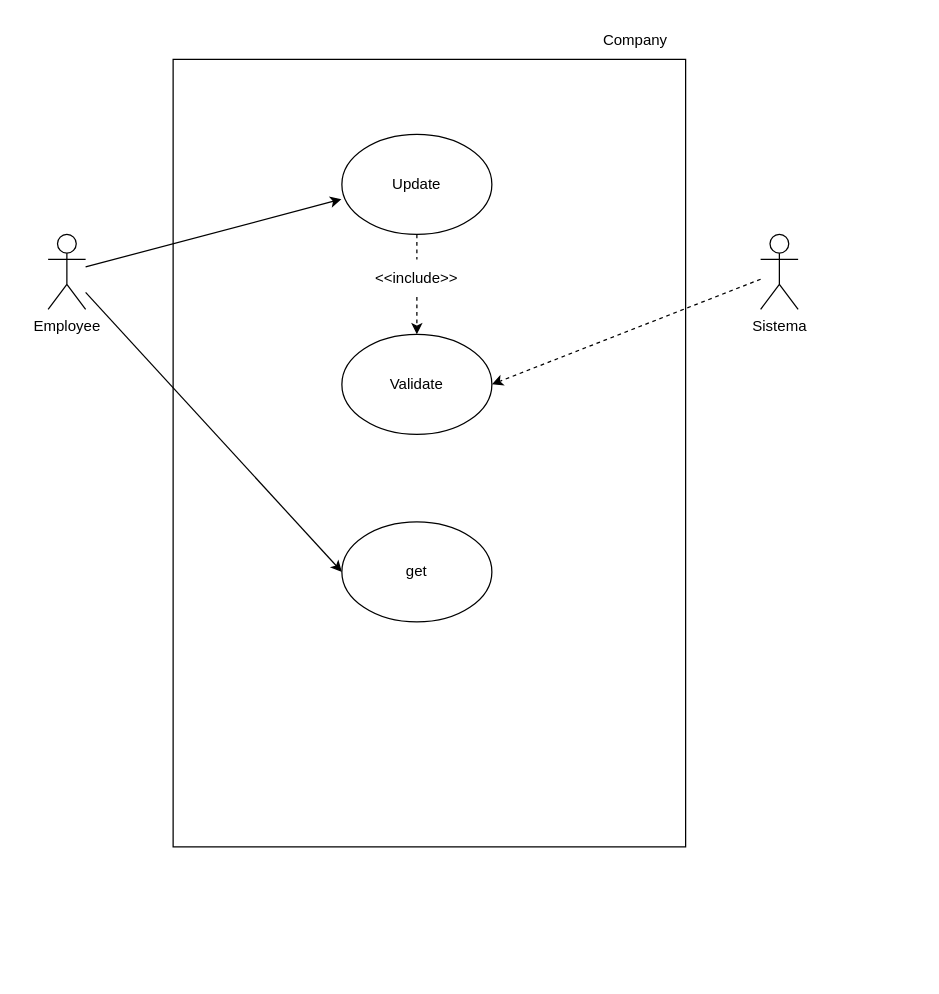
The draw.io diagram documentation/use-case_diagram.drawio in YtaloCampos/clean-menu-food-system, before the edit. Source tidied: cells renumbered, new cells numbered last; positions are measured from the earlier drawing's top-left corner, leaving out a move shared by most shapes. Both pictures are drawn from the tidied source at 125%, with x=0, y=0 at pixel (48, 21).
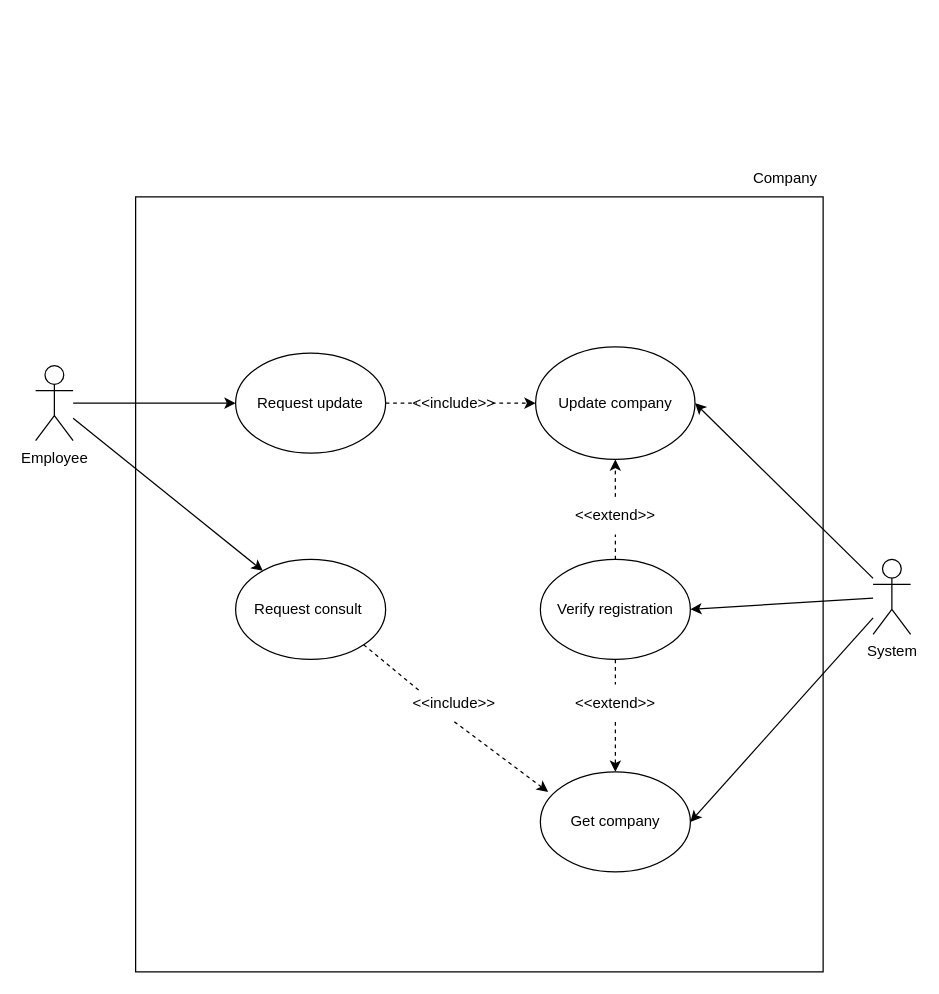
Above is the later version.

Commit message:
docs: update use case diagram

The edit, as a diff of the source:
```diff
@@
-    <mxCell id="2" style="rounded=0;whiteSpace=wrap;html=1;" parent="1" vertex="1">
-      <mxGeometry x="100" y="30" width="410" height="630" as="geometry" />
-    </mxCell>
+    <mxCell id="15" style="rounded=0;whiteSpace=wrap;html=1;" parent="1" vertex="1">
+      <mxGeometry x="70" y="140" width="550" height="620" as="geometry" />
+    </mxCell>
-    <mxCell id="3" style="edgeStyle=none;html=1;entryX=-0.003;entryY=0.648;entryDx=0;entryDy=0;entryPerimeter=0;" parent="1" edge="1" source="5" target="7">
+    <mxCell id="3" style="edgeStyle=none;html=1;entryX=0;entryY=0.5;entryDx=0;entryDy=0;" parent="1" edge="1" source="5" target="7">
       <mxGeometry relative="1" as="geometry" />
     </mxCell>
-    <mxCell id="4" style="edgeStyle=none;html=1;entryX=0;entryY=0.5;entryDx=0;entryDy=0;" parent="1" edge="1" source="5" target="14">
-      <mxGeometry relative="1" as="geometry" />
-    </mxCell>
+    <mxCell id="16" style="edgeStyle=none;html=1;" parent="1" edge="1" source="5" target="25">
+      <mxGeometry relative="1" as="geometry" />
+    </mxCell>
     <mxCell id="5" value="Employee" style="shape=umlActor;verticalLabelPosition=bottom;verticalAlign=top;html=1;outlineConnect=0;fontStyle=0;" parent="1" vertex="1">
-      <mxGeometry y="170" width="30" height="60" as="geometry" />
+      <mxGeometry x="-10" y="275" width="30" height="60" as="geometry" />
     </mxCell>
-    <mxCell id="6" style="edgeStyle=none;html=1;entryX=0.5;entryY=0;entryDx=0;entryDy=0;dashed=1;startArrow=none;" parent="1" edge="1" source="12" target="11">
-      <mxGeometry relative="1" as="geometry" />
-    </mxCell>
+    <mxCell id="17" style="edgeStyle=none;html=1;entryX=0;entryY=0.5;entryDx=0;entryDy=0;dashed=1;startArrow=none;startFill=0;endArrow=classic;endFill=1;" parent="1" edge="1" source="27" target="14">
+      <mxGeometry relative="1" as="geometry" />
+    </mxCell>
-    <mxCell id="7" value="Update" style="ellipse;whiteSpace=wrap;html=1;" parent="1" vertex="1">
-      <mxGeometry x="235" y="90" width="120" height="80" as="geometry" />
+    <mxCell id="7" value="Request update" style="ellipse;whiteSpace=wrap;html=1;" parent="1" vertex="1">
+      <mxGeometry x="150" y="265" width="120" height="80" as="geometry" />
     </mxCell>
+    <mxCell id="18" style="edgeStyle=none;html=1;entryX=1;entryY=0.5;entryDx=0;entryDy=0;" parent="1" edge="1" source="10" target="14">
+      <mxGeometry relative="1" as="geometry" />
+    </mxCell>
+    <mxCell id="19" style="edgeStyle=none;html=1;entryX=1;entryY=0.5;entryDx=0;entryDy=0;" parent="1" edge="1" source="10" target="23">
+      <mxGeometry relative="1" as="geometry" />
+    </mxCell>
+    <mxCell id="20" style="edgeStyle=none;html=1;entryX=1;entryY=0.5;entryDx=0;entryDy=0;" parent="1" edge="1" source="10" target="26">
+      <mxGeometry relative="1" as="geometry" />
+    </mxCell>
+    <mxCell id="10" value="System" style="shape=umlActor;verticalLabelPosition=bottom;verticalAlign=top;html=1;outlineConnect=0;fontStyle=0;" parent="1" vertex="1">
+      <mxGeometry x="660" y="430" width="30" height="60" as="geometry" />
+    </mxCell>
+    <mxCell id="14" value="Update company" style="ellipse;whiteSpace=wrap;html=1;" parent="1" vertex="1">
+      <mxGeometry x="390" y="260" width="127.5" height="90" as="geometry" />
+    </mxCell>
+    <mxCell id="21" style="edgeStyle=none;html=1;entryX=0.5;entryY=1;entryDx=0;entryDy=0;dashed=1;startArrow=none;startFill=0;endArrow=classic;endFill=1;" parent="1" edge="1" source="31" target="14">
+      <mxGeometry relative="1" as="geometry" />
+    </mxCell>
+    <mxCell id="22" style="edgeStyle=none;html=1;exitX=0.5;exitY=1;exitDx=0;exitDy=0;entryX=0.5;entryY=0;entryDx=0;entryDy=0;dashed=1;startArrow=none;startFill=0;endArrow=classic;endFill=1;" parent="1" edge="1" source="33" target="26">
+      <mxGeometry relative="1" as="geometry" />
+    </mxCell>
+    <mxCell id="23" value="Verify registration" style="ellipse;whiteSpace=wrap;html=1;" parent="1" vertex="1">
+      <mxGeometry x="393.8" y="430" width="120" height="80" as="geometry" />
+    </mxCell>
+    <mxCell id="24" style="edgeStyle=none;html=1;exitX=0.5;exitY=1;exitDx=0;exitDy=0;entryX=0.052;entryY=0.2;entryDx=0;entryDy=0;entryPerimeter=0;dashed=1;startArrow=none;startFill=0;endArrow=classic;endFill=1;" parent="1" edge="1" source="29" target="26">
+      <mxGeometry relative="1" as="geometry" />
+    </mxCell>
+    <mxCell id="25" value="Request consult&amp;nbsp;" style="ellipse;whiteSpace=wrap;html=1;" parent="1" vertex="1">
+      <mxGeometry x="150" y="430" width="120" height="80" as="geometry" />
+    </mxCell>
+    <mxCell id="26" value="Get company" style="ellipse;whiteSpace=wrap;html=1;" parent="1" vertex="1">
+      <mxGeometry x="393.8" y="600" width="120" height="80" as="geometry" />
+    </mxCell>
+    <mxCell id="27" value="&amp;lt;&amp;lt;include&amp;gt;&amp;gt;" style="text;html=1;strokeColor=none;fillColor=none;align=center;verticalAlign=middle;whiteSpace=wrap;rounded=0;" parent="1" vertex="1">
+      <mxGeometry x="295" y="290" width="60" height="30" as="geometry" />
+    </mxCell>
+    <mxCell id="28" style="edgeStyle=none;html=1;entryX=0;entryY=0.5;entryDx=0;entryDy=0;dashed=1;startArrow=none;startFill=0;endArrow=none;endFill=1;" parent="1" edge="1" source="7" target="27">
+      <mxGeometry relative="1" as="geometry" />
+    </mxCell>
+    <mxCell id="29" value="&amp;lt;&amp;lt;include&amp;gt;&amp;gt;" style="text;html=1;strokeColor=none;fillColor=none;align=center;verticalAlign=middle;whiteSpace=wrap;rounded=0;" parent="1" vertex="1">
+      <mxGeometry x="295" y="530" width="60" height="30" as="geometry" />
+    </mxCell>
+    <mxCell id="30" style="edgeStyle=none;html=1;exitX=1;exitY=1;exitDx=0;exitDy=0;entryX=0.052;entryY=0.2;entryDx=0;entryDy=0;entryPerimeter=0;dashed=1;startArrow=none;startFill=0;endArrow=none;endFill=1;" parent="1" edge="1" source="25" target="29">
+      <mxGeometry relative="1" as="geometry" />
+    </mxCell>
+    <mxCell id="31" value="&amp;lt;&amp;lt;extend&amp;gt;&amp;gt;" style="text;html=1;strokeColor=none;fillColor=none;align=center;verticalAlign=middle;whiteSpace=wrap;rounded=0;" parent="1" vertex="1">
+      <mxGeometry x="423.8" y="380" width="60" height="30" as="geometry" />
+    </mxCell>
+    <mxCell id="32" style="edgeStyle=none;html=1;entryX=0.5;entryY=1;entryDx=0;entryDy=0;dashed=1;startArrow=none;startFill=0;endArrow=none;endFill=1;" parent="1" edge="1" source="23" target="31">
+      <mxGeometry relative="1" as="geometry" />
+    </mxCell>
+    <mxCell id="33" value="&amp;lt;&amp;lt;extend&amp;gt;&amp;gt;" style="text;html=1;strokeColor=none;fillColor=none;align=center;verticalAlign=middle;whiteSpace=wrap;rounded=0;" parent="1" vertex="1">
+      <mxGeometry x="423.8" y="530" width="60" height="30" as="geometry" />
+    </mxCell>
+    <mxCell id="34" style="edgeStyle=none;html=1;exitX=0.5;exitY=1;exitDx=0;exitDy=0;entryX=0.5;entryY=0;entryDx=0;entryDy=0;dashed=1;startArrow=none;startFill=0;endArrow=none;endFill=1;" parent="1" edge="1" source="23" target="33">
+      <mxGeometry relative="1" as="geometry" />
+    </mxCell>
     <mxCell id="8" value="Company" style="text;html=1;strokeColor=none;fillColor=none;align=center;verticalAlign=middle;whiteSpace=wrap;rounded=0;" parent="1" vertex="1">
-      <mxGeometry x="440" width="60" height="30" as="geometry" />
+      <mxGeometry x="560" y="110" width="60" height="30" as="geometry" />
     </mxCell>
-    <mxCell id="9" style="edgeStyle=none;html=1;entryX=1;entryY=0.5;entryDx=0;entryDy=0;dashed=1;" parent="1" edge="1" source="10" target="11">
-      <mxGeometry relative="1" as="geometry" />
-    </mxCell>
-    <mxCell id="10" value="Sistema" style="shape=umlActor;verticalLabelPosition=bottom;verticalAlign=top;html=1;outlineConnect=0;fontStyle=0;" parent="1" vertex="1">
-      <mxGeometry x="570" y="170" width="30" height="60" as="geometry" />
-    </mxCell>
-    <mxCell id="11" value="Validate" style="ellipse;whiteSpace=wrap;html=1;" parent="1" vertex="1">
-      <mxGeometry x="235" y="250" width="120" height="80" as="geometry" />
-    </mxCell>
-    <mxCell id="12" value="&amp;lt;&amp;lt;include&amp;gt;&amp;gt;" style="text;html=1;strokeColor=none;fillColor=none;align=center;verticalAlign=middle;whiteSpace=wrap;rounded=0;" parent="1" vertex="1">
-      <mxGeometry x="265" y="190" width="60" height="30" as="geometry" />
-    </mxCell>
-    <mxCell id="13" style="edgeStyle=none;html=1;entryX=0.5;entryY=0;entryDx=0;entryDy=0;dashed=1;endArrow=none;" parent="1" edge="1" source="7" target="12">
-      <mxGeometry relative="1" as="geometry" />
-    </mxCell>
-    <mxCell id="14" value="get" style="ellipse;whiteSpace=wrap;html=1;" parent="1" vertex="1">
-      <mxGeometry x="235" y="400" width="120" height="80" as="geometry" />
-    </mxCell>
```
